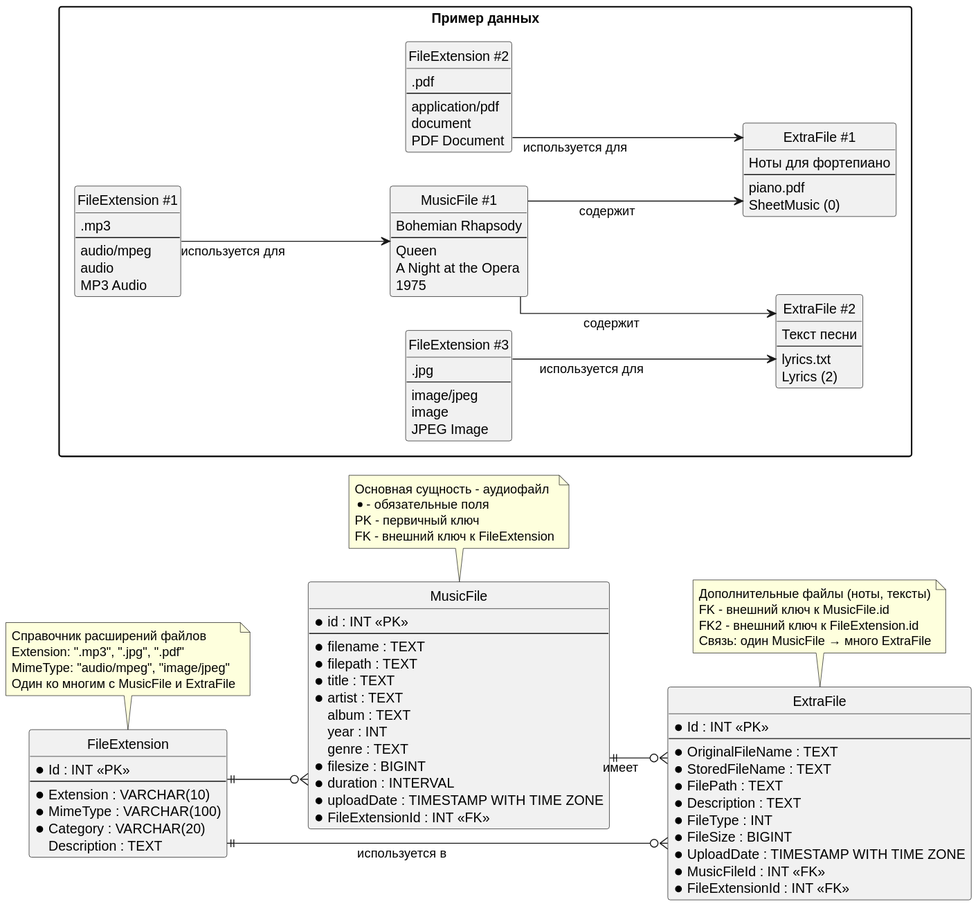
Before: Docs/MusicDatabaseSchema.svg, a diagram exported from PlantUML (vaClev/MusicPlayer).
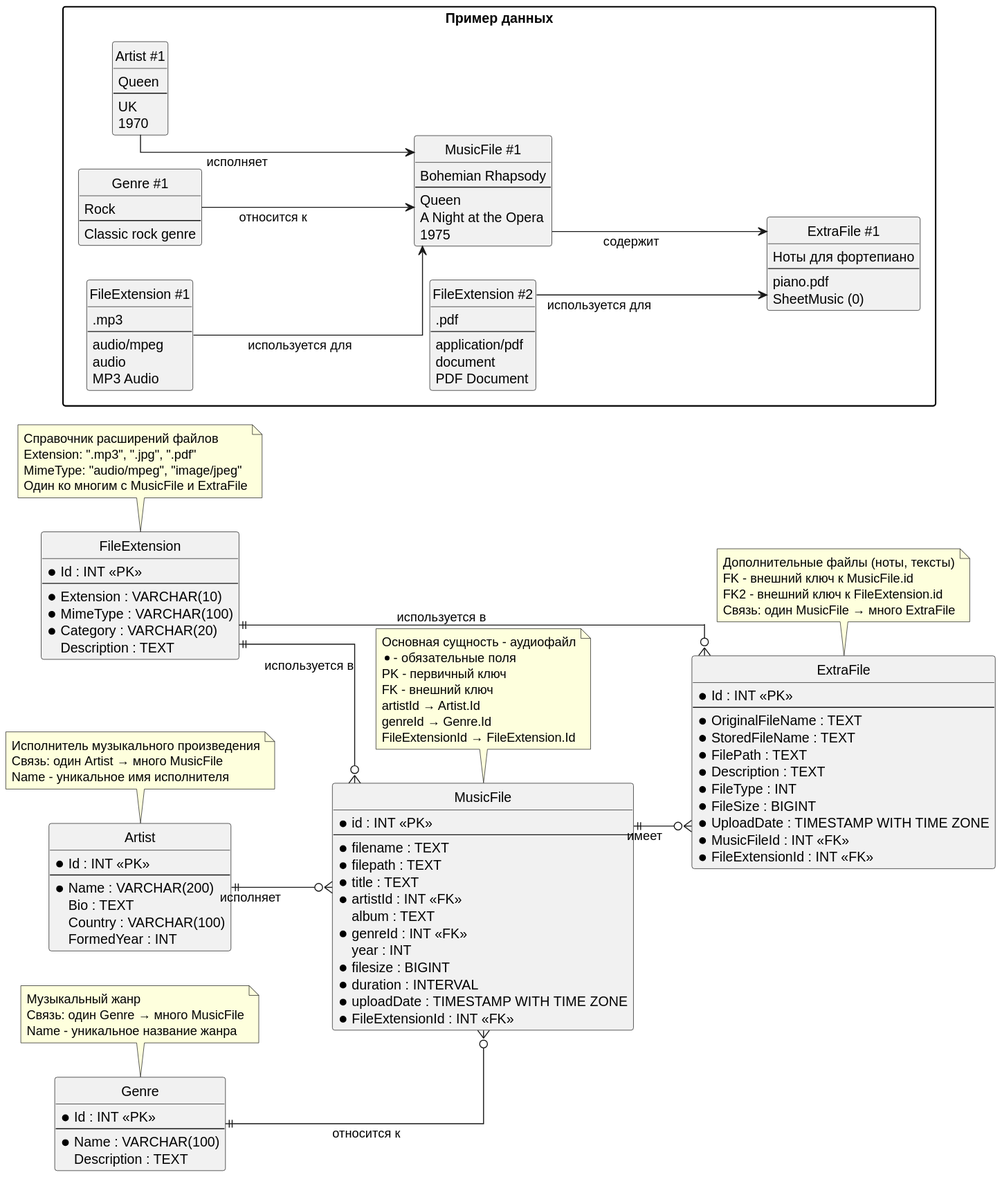
The same file after the commit.

Commit message:
Добавлена схема БД

What changed in the source:
```diff
@@ -10,14 +10,30 @@
   * filename : TEXT
   * filepath : TEXT
   * title : TEXT
-  * artist : TEXT
+  * artistId : INT <<FK>>
   album : TEXT
+  * genreId : INT <<FK>>
   year : INT
-  genre : TEXT
   * filesize : BIGINT
   * duration : INTERVAL
   * uploadDate : TIMESTAMP WITH TIME ZONE
   * FileExtensionId : INT <<FK>>
+}
+
+entity Artist {
+  * Id : INT <<PK>>
+  --
+  * Name : VARCHAR(200)
+  Bio : TEXT
+  Country : VARCHAR(100)
+  FormedYear : INT
+}
+
+entity Genre {
+  * Id : INT <<PK>>
+  --
+  * Name : VARCHAR(100)
+  Description : TEXT
 }
 
 entity ExtraFile {
@@ -43,15 +59,32 @@
   Description : TEXT
 }
 
+Artist ||--o{ MusicFile : "исполняет"
+Genre ||--o{ MusicFile : "относится к"
 MusicFile ||--o{ ExtraFile : "имеет"
-FileExtension ||--o{ MusicFile
+FileExtension ||--o{ MusicFile : "используется в"
 FileExtension ||--o{ ExtraFile : "используется в"
 
 note top of MusicFile
   Основная сущность - аудиофайл
   * - обязательные поля
   PK - первичный ключ
-  FK - внешний ключ к FileExtension
+  FK - внешний ключ
+  artistId → Artist.Id
+  genreId → Genre.Id
+  FileExtensionId → FileExtension.Id
+end note
+
+note top of Artist
+  Исполнитель музыкального произведения
+  Связь: один Artist → много MusicFile
+  Name - уникальное имя исполнителя
+end note
+
+note top of Genre
+  Музыкальный жанр
+  Связь: один Genre → много MusicFile
+  Name - уникальное название жанра
 end note
 
 note top of ExtraFile
@@ -69,7 +102,20 @@
 end note
 
 package "Пример данных" {
-   entity "FileExtension #1" as FE1 {
+  entity "Artist #1" as AR1 {
+    Queen
+    --
+    UK
+    1970
+  }
+
+  entity "Genre #1" as GR1 {
+    Rock
+    --
+    Classic rock genre
+  }
+
+  entity "FileExtension #1" as FE1 {
     .mp3
     --
     audio/mpeg
@@ -85,13 +131,6 @@
     PDF Document
   }
 
-  entity "FileExtension #3" as FE3 {
-    .jpg
-    --
-    image/jpeg
-    image
-    JPEG Image
-  }
 
   entity "MusicFile #1" as MF1 {
     Bohemian Rhapsody
@@ -101,6 +140,7 @@
     1975
   }
 
+
   entity "ExtraFile #1" as EF1 {
     Ноты для фортепиано
     --
@@ -108,17 +148,12 @@
     SheetMusic (0)
   }
 
-  entity "ExtraFile #2" as EF2 {
-    Текст песни
-    --
-    lyrics.txt
-    Lyrics (2)
-  }
+
 }
 
+AR1 --> MF1 : исполняет
+GR1 --> MF1 : относится к
 FE1 --> MF1 : используется для
 MF1 --> EF1 : содержит
-MF1 --> EF2 : содержит
 FE2 --> EF1 : используется для
-FE3 --> EF2 : используется для
 @enduml
```
